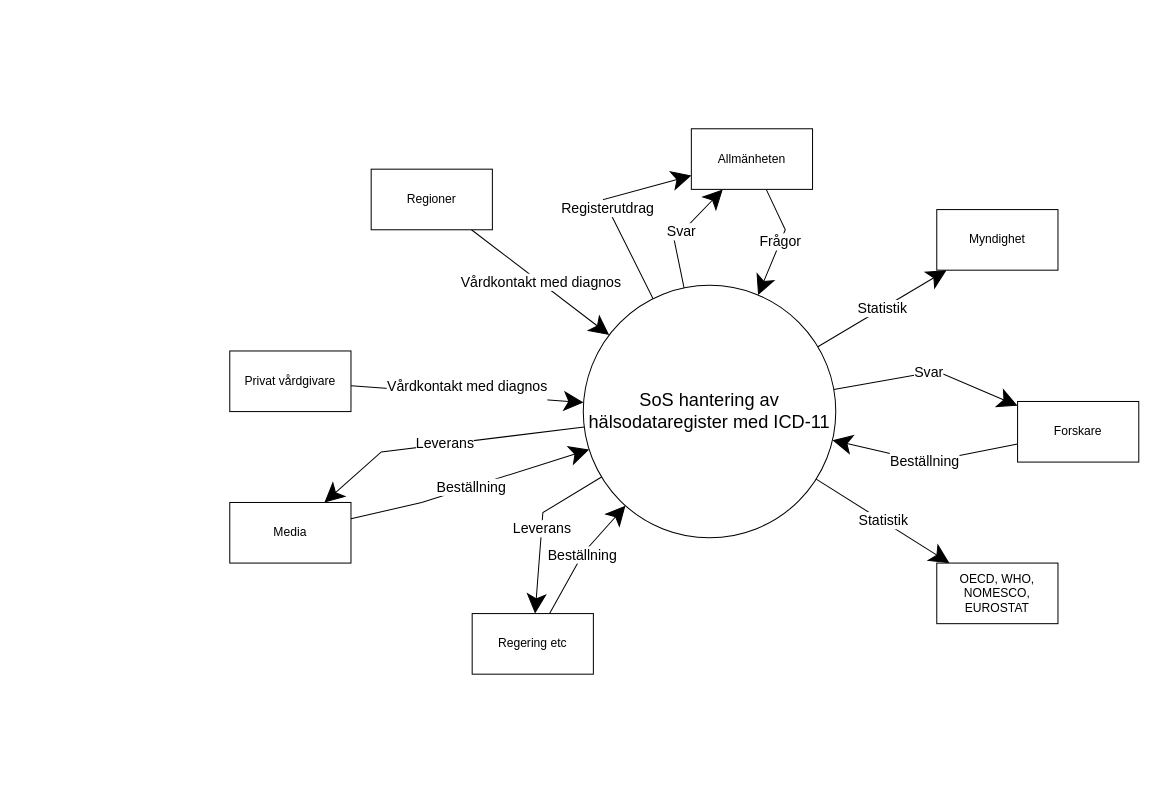
This is page "Kontext" (10 of 11) of Klassmodell ICD11.drawio from bhagqvist-consid/ICD11, a draw.io file, before an edit. Source tidied: cells renumbered, new cells numbered last; positions are measured from the earlier drawing's top-left corner, leaving out a move shared by most shapes. Both pictures are drawn from the tidied source at 101%, with x=0, y=0 at pixel (229, 128).
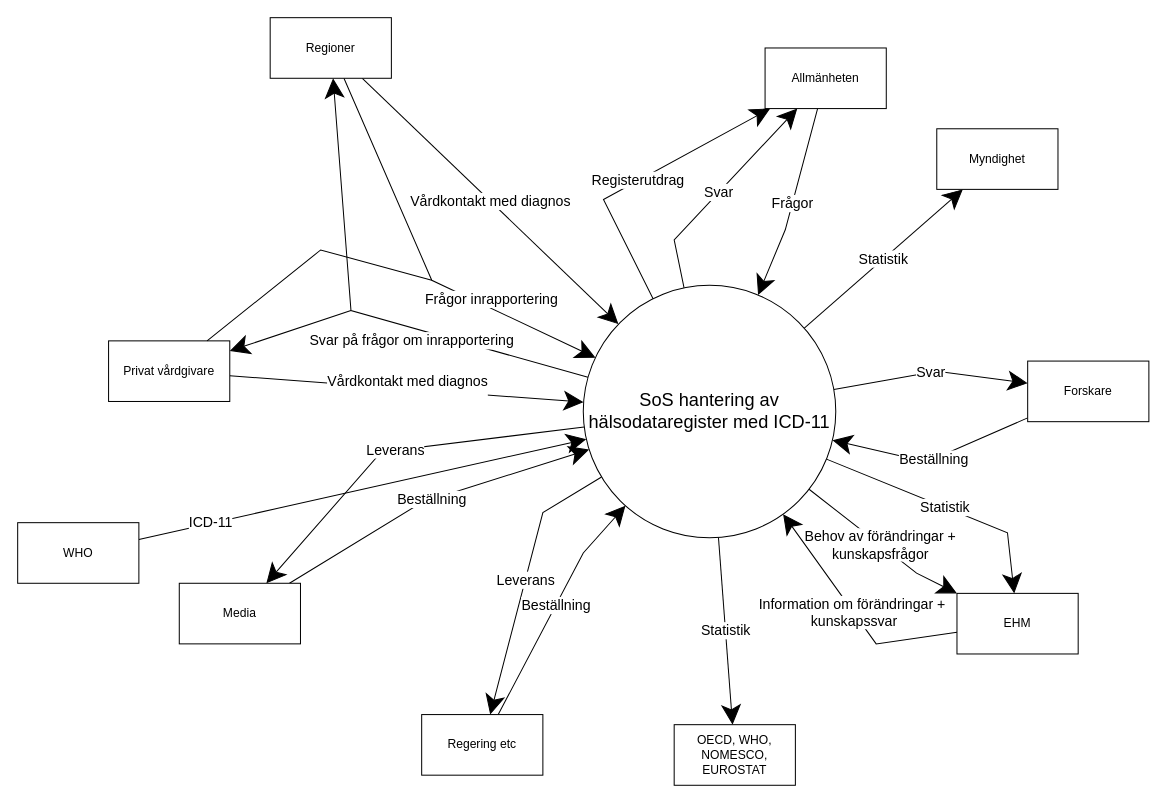
Above is the later version.

Unchanged cells that the change refers to:
```xml
<mxCell id="9" value="SoS hantering av hälsodataregister med ICD-11" style="ellipse;whiteSpace=wrap;html=1;fontSize=18;" parent="1" vertex="1">
  <mxGeometry x="350" y="155" width="250" height="250" as="geometry" />
</mxCell>
```

What changed in the source:
```diff
@@
+    <mxCell id="24" value="Svar på frågor om&amp;nbsp;&lt;span style=&quot;background-color: light-dark(#ffffff, var(--ge-dark-color, #121212)); color: light-dark(rgb(0, 0, 0), rgb(255, 255, 255));&quot;&gt;inrapportering&lt;/span&gt;" style="edgeStyle=none;shape=connector;rounded=0;jettySize=auto;html=1;strokeColor=default;align=center;verticalAlign=middle;fontFamily=Helvetica;fontSize=14;fontColor=default;labelBackgroundColor=default;endArrow=classic;endSize=17;" parent="1" edge="1" source="9" target="11">
+      <mxGeometry x="-0.25" y="13" relative="1" as="geometry">
+        <Array as="points">
+          <mxPoint x="120" y="180" />
+        </Array>
+      </mxGeometry>
+    </mxCell>
+    <mxCell id="25" value="Behov av förändringar +&lt;div&gt;kunskapsfrågor&lt;/div&gt;" style="edgeStyle=none;shape=connector;rounded=0;jettySize=auto;html=1;strokeColor=default;align=center;verticalAlign=middle;fontFamily=Helvetica;fontSize=14;fontColor=default;labelBackgroundColor=default;endArrow=classic;endSize=17;" parent="1" edge="1" source="9" target="30">
+      <mxGeometry relative="1" as="geometry">
+        <Array as="points">
+          <mxPoint x="680" y="440" />
+        </Array>
+      </mxGeometry>
+    </mxCell>
@@
+    <mxCell id="26" value="Frågor&amp;nbsp;&lt;span style=&quot;background-color: light-dark(#ffffff, var(--ge-dark-color, #121212)); color: light-dark(rgb(0, 0, 0), rgb(255, 255, 255));&quot;&gt;inrapportering&lt;/span&gt;" style="edgeStyle=none;shape=connector;rounded=0;jettySize=auto;html=1;strokeColor=default;align=center;verticalAlign=middle;fontFamily=Helvetica;fontSize=14;fontColor=default;labelBackgroundColor=default;endArrow=classic;endSize=17;" parent="1" edge="1" source="11" target="9">
+      <mxGeometry x="0.41" y="8" relative="1" as="geometry">
+        <Array as="points">
+          <mxPoint x="200" y="150" />
+        </Array>
+      </mxGeometry>
+    </mxCell>
     <mxCell id="11" value="Regioner" style="rounded=0;whiteSpace=wrap;html=1;" parent="1" vertex="1">
-      <mxGeometry x="140" y="40" width="120" height="60" as="geometry" />
+      <mxGeometry x="40" y="-110" width="120" height="60" as="geometry" />
     </mxCell>
@@
     <mxCell id="13" value="Media" style="rounded=0;whiteSpace=wrap;html=1;" parent="1" vertex="1">
-      <mxGeometry y="370" width="120" height="60" as="geometry" />
+      <mxGeometry x="-50" y="450" width="120" height="60" as="geometry" />
     </mxCell>
@@
     <mxCell id="15" value="Regering etc" style="rounded=0;whiteSpace=wrap;html=1;" parent="1" vertex="1">
-      <mxGeometry x="240" y="480" width="120" height="60" as="geometry" />
+      <mxGeometry x="190" y="580" width="120" height="60" as="geometry" />
     </mxCell>
@@
     <mxCell id="17" value="Privat vårdgivare" style="rounded=0;whiteSpace=wrap;html=1;" parent="1" vertex="1">
-      <mxGeometry y="220" width="120" height="60" as="geometry" />
+      <mxGeometry x="-120" y="210" width="120" height="60" as="geometry" />
     </mxCell>
     <mxCell id="18" value="OECD, WHO, NOMESCO, EUROSTAT" style="rounded=0;whiteSpace=wrap;html=1;" parent="1" vertex="1">
-      <mxGeometry x="700" y="430" width="120" height="60" as="geometry" />
+      <mxGeometry x="440" y="590" width="120" height="60" as="geometry" />
     </mxCell>
@@
     <mxCell id="20" value="Forskare" style="rounded=0;whiteSpace=wrap;html=1;" parent="1" vertex="1">
-      <mxGeometry x="780" y="270" width="120" height="60" as="geometry" />
+      <mxGeometry x="790" y="230" width="120" height="60" as="geometry" />
     </mxCell>
     <mxCell id="21" value="Myndighet" style="rounded=0;whiteSpace=wrap;html=1;" parent="1" vertex="1">
-      <mxGeometry x="700" y="80" width="120" height="60" as="geometry" />
+      <mxGeometry x="700" width="120" height="60" as="geometry" />
     </mxCell>
@@
     <mxCell id="23" value="Allmänheten" style="rounded=0;whiteSpace=wrap;html=1;" parent="1" vertex="1">
-      <mxGeometry x="457" width="120" height="60" as="geometry" />
+      <mxGeometry x="530" y="-80" width="120" height="60" as="geometry" />
     </mxCell>
+    <mxCell id="27" style="endArrow=classic;html=1;rounded=0;strokeColor=default;align=center;verticalAlign=middle;fontFamily=Helvetica;fontSize=14;fontColor=default;labelBackgroundColor=default;edgeStyle=none;endSize=17;" parent="1" edge="1" target="17">
+      <mxGeometry relative="1" as="geometry">
+        <mxPoint x="120" y="180" as="sourcePoint" />
+      </mxGeometry>
+    </mxCell>
+    <mxCell id="28" style="endArrow=none;html=1;rounded=0;strokeColor=default;align=center;verticalAlign=middle;fontFamily=Helvetica;fontSize=14;fontColor=default;labelBackgroundColor=default;edgeStyle=none;endSize=17;endFill=0;" parent="1" edge="1" source="17">
+      <mxGeometry relative="1" as="geometry">
+        <mxPoint x="200" y="150" as="targetPoint" />
+        <Array as="points">
+          <mxPoint x="90" y="120" />
+        </Array>
+      </mxGeometry>
+    </mxCell>
+    <mxCell id="29" value="Information om förändringar +&amp;nbsp;&lt;div&gt;kunskapssvar&lt;/div&gt;" style="edgeStyle=none;shape=connector;rounded=0;jettySize=auto;html=1;strokeColor=default;align=center;verticalAlign=middle;fontFamily=Helvetica;fontSize=14;fontColor=default;labelBackgroundColor=default;endArrow=classic;endSize=17;" parent="1" edge="1" source="30" target="9">
+      <mxGeometry relative="1" as="geometry">
+        <Array as="points">
+          <mxPoint x="640" y="510" />
+        </Array>
+      </mxGeometry>
+    </mxCell>
+    <mxCell id="30" value="EHM" style="rounded=0;whiteSpace=wrap;html=1;" parent="1" vertex="1">
+      <mxGeometry x="720" y="460" width="120" height="60" as="geometry" />
+    </mxCell>
+    <mxCell id="31" value="ICD-11" style="edgeStyle=none;shape=connector;rounded=0;jettySize=auto;html=1;strokeColor=default;align=center;verticalAlign=middle;fontFamily=Helvetica;fontSize=14;fontColor=default;labelBackgroundColor=default;endArrow=classic;endSize=17;" parent="1" edge="1" source="32" target="9">
+      <mxGeometry x="-0.68" y="1" relative="1" as="geometry" />
+    </mxCell>
+    <mxCell id="32" value="WHO" style="rounded=0;whiteSpace=wrap;html=1;" parent="1" vertex="1">
+      <mxGeometry x="-210" y="390" width="120" height="60" as="geometry" />
+    </mxCell>
+    <mxCell id="33" value="Statistik" style="edgeStyle=none;shape=connector;rounded=0;jettySize=auto;html=1;strokeColor=default;align=center;verticalAlign=middle;fontFamily=Helvetica;fontSize=14;fontColor=default;labelBackgroundColor=default;endArrow=classic;endSize=17;" parent="1" edge="1" source="9" target="30">
+      <mxGeometry relative="1" as="geometry">
+        <Array as="points">
+          <mxPoint x="770" y="400" />
+        </Array>
+      </mxGeometry>
+    </mxCell>
```
